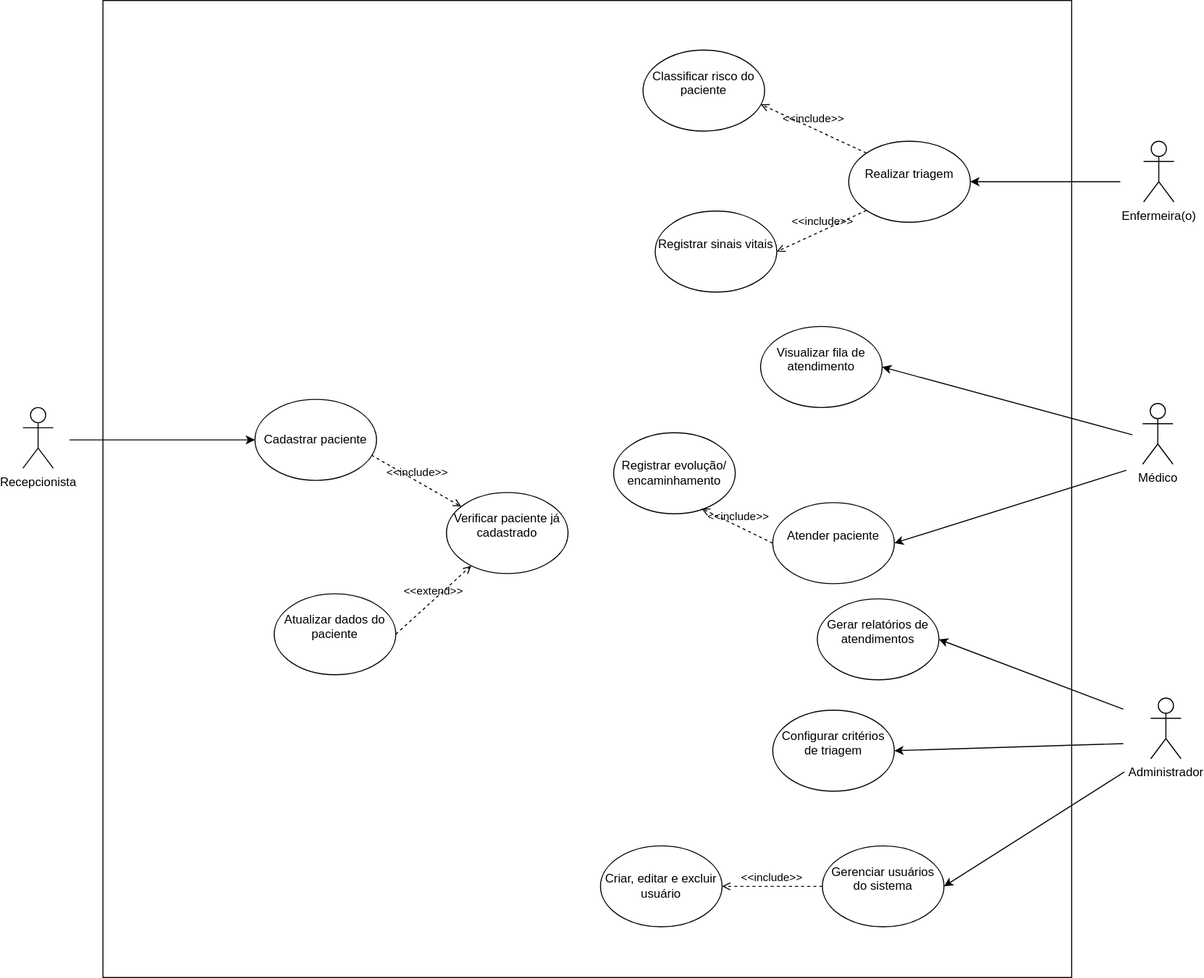
Before: diagramas/DiagramaCasodeUso.drawio.svg, a diagram exported from draw.io (Zidan-09/ProjetoInterdiciplinar_GdF). Source tidied: cells renumbered, new cells last; positions are measured from the earlier drawing's top-left corner, leaving out a move shared by most shapes. The source it was exported from:
```xml
<mxGraphModel>
  <root>
    <mxCell id="0" />
    <mxCell id="1" parent="0" />
    <mxCell id="2" style="rounded=0;whiteSpace=wrap;html=1;" parent="1" vertex="1">
      <mxGeometry x="79" width="956" height="965" as="geometry" />
    </mxCell>
    <mxCell id="3" value="Administrador" style="shape=umlActor;verticalLabelPosition=bottom;verticalAlign=top;html=1;" parent="1" vertex="1">
      <mxGeometry x="1113" y="689" width="30" height="60" as="geometry" />
    </mxCell>
    <mxCell id="4" value="Médico" style="shape=umlActor;verticalLabelPosition=bottom;verticalAlign=top;html=1;" parent="1" vertex="1">
      <mxGeometry x="1105" y="398" width="30" height="60" as="geometry" />
    </mxCell>
    <mxCell id="5" value="Recepcionista" style="shape=umlActor;verticalLabelPosition=bottom;verticalAlign=top;html=1;" parent="1" vertex="1">
      <mxGeometry y="402" width="30" height="60" as="geometry" />
    </mxCell>
    <mxCell id="6" value="Enfermeira(o)" style="shape=umlActor;verticalLabelPosition=bottom;verticalAlign=top;html=1;" parent="1" vertex="1">
      <mxGeometry x="1106" y="139" width="30" height="60" as="geometry" />
    </mxCell>
    <mxCell id="7" value="Cadastrar paciente" style="ellipse;whiteSpace=wrap;html=1;" parent="1" vertex="1">
      <mxGeometry x="229" y="394" width="120" height="80" as="geometry" />
    </mxCell>
    <mxCell id="8" value="&#10;Realizar triagem&#10;&#10;" style="ellipse;whiteSpace=wrap;html=1;" parent="1" vertex="1">
      <mxGeometry x="815" y="139" width="120" height="80" as="geometry" />
    </mxCell>
    <mxCell id="9" value="&#10;Atualizar dados do paciente&#10;&#10;" style="ellipse;whiteSpace=wrap;html=1;" parent="1" vertex="1">
      <mxGeometry x="248" y="586" width="120" height="80" as="geometry" />
    </mxCell>
    <mxCell id="10" value="&#10;Classificar risco do paciente&#10;&#10;" style="ellipse;whiteSpace=wrap;html=1;" parent="1" vertex="1">
      <mxGeometry x="612" y="49" width="120" height="80" as="geometry" />
    </mxCell>
    <mxCell id="11" value="&#10;Atender paciente&#10;&#10;" style="ellipse;whiteSpace=wrap;html=1;" parent="1" vertex="1">
      <mxGeometry x="740" y="496" width="120" height="80" as="geometry" />
    </mxCell>
    <mxCell id="12" value="&#10;Visualizar fila de atendimento&#10;&#10;" style="ellipse;whiteSpace=wrap;html=1;" parent="1" vertex="1">
      <mxGeometry x="728" y="322" width="120" height="80" as="geometry" />
    </mxCell>
    <mxCell id="13" value="&#10;Configurar critérios de triagem&#10;&#10;" style="ellipse;whiteSpace=wrap;html=1;" parent="1" vertex="1">
      <mxGeometry x="740" y="701" width="120" height="80" as="geometry" />
    </mxCell>
    <mxCell id="14" value="&#10;Gerar relatórios de atendimentos&#10;&#10;" style="ellipse;whiteSpace=wrap;html=1;" parent="1" vertex="1">
      <mxGeometry x="784" y="591" width="120" height="80" as="geometry" />
    </mxCell>
    <mxCell id="15" value="&lt;br&gt;Registrar evolução/&lt;br&gt;encaminhamento&lt;div&gt;&lt;br/&gt;&lt;/div&gt;" style="ellipse;whiteSpace=wrap;html=1;" parent="1" vertex="1">
      <mxGeometry x="583" y="427" width="120" height="80" as="geometry" />
    </mxCell>
    <mxCell id="16" value="&#10;Gerenciar usuários do sistema&#10;&#10;" style="ellipse;whiteSpace=wrap;html=1;" parent="1" vertex="1">
      <mxGeometry x="789" y="835" width="120" height="80" as="geometry" />
    </mxCell>
    <mxCell id="17" style="endArrow=classic;html=1;rounded=0;entryX=0;entryY=0.5;entryDx=0;entryDy=0;" parent="1" edge="1" target="7">
      <mxGeometry relative="1" as="geometry">
        <mxPoint x="46" y="434" as="sourcePoint" />
      </mxGeometry>
    </mxCell>
    <mxCell id="18" style="endArrow=classic;html=1;rounded=0;entryX=1;entryY=0.5;entryDx=0;entryDy=0;" parent="1" edge="1" target="8">
      <mxGeometry relative="1" as="geometry">
        <mxPoint x="1083" y="179" as="sourcePoint" />
      </mxGeometry>
    </mxCell>
    <mxCell id="19" style="endArrow=classic;html=1;rounded=0;entryX=1;entryY=0.5;entryDx=0;entryDy=0;" parent="1" edge="1" target="12">
      <mxGeometry relative="1" as="geometry">
        <mxPoint x="1095" y="429" as="sourcePoint" />
      </mxGeometry>
    </mxCell>
    <mxCell id="20" style="endArrow=classic;html=1;rounded=0;entryX=1;entryY=0.5;entryDx=0;entryDy=0;" parent="1" edge="1" target="11">
      <mxGeometry relative="1" as="geometry">
        <mxPoint x="1089" y="464" as="sourcePoint" />
      </mxGeometry>
    </mxCell>
    <mxCell id="21" style="endArrow=classic;html=1;rounded=0;entryX=1;entryY=0.5;entryDx=0;entryDy=0;" parent="1" edge="1" target="16">
      <mxGeometry relative="1" as="geometry">
        <mxPoint x="1087" y="762" as="sourcePoint" />
      </mxGeometry>
    </mxCell>
    <mxCell id="22" style="endArrow=classic;html=1;rounded=0;entryX=1;entryY=0.5;entryDx=0;entryDy=0;" parent="1" edge="1" target="13">
      <mxGeometry relative="1" as="geometry">
        <mxPoint x="1086" y="734" as="sourcePoint" />
      </mxGeometry>
    </mxCell>
    <mxCell id="23" style="endArrow=classic;html=1;rounded=0;entryX=1;entryY=0.5;entryDx=0;entryDy=0;" parent="1" edge="1" target="14">
      <mxGeometry relative="1" as="geometry">
        <mxPoint x="1086" y="700" as="sourcePoint" />
      </mxGeometry>
    </mxCell>
    <mxCell id="24" value="&amp;lt;&amp;lt;include&amp;gt;&amp;gt;" style="html=1;verticalAlign=bottom;labelBackgroundColor=none;endArrow=open;endFill=0;dashed=1;rounded=0;exitX=0;exitY=0;exitDx=0;exitDy=0;entryX=0.968;entryY=0.669;entryDx=0;entryDy=0;entryPerimeter=0;" parent="1" edge="1" source="8" target="10">
      <mxGeometry relative="1" as="geometry" />
    </mxCell>
    <mxCell id="25" value="&#10;Verificar paciente já cadastrado&#10;&#10;" style="ellipse;whiteSpace=wrap;html=1;" parent="1" vertex="1">
      <mxGeometry x="418" y="486" width="120" height="80" as="geometry" />
    </mxCell>
    <mxCell id="26" value="&amp;lt;&amp;lt;include&amp;gt;&amp;gt;" style="html=1;verticalAlign=bottom;labelBackgroundColor=none;endArrow=open;endFill=0;dashed=1;rounded=0;exitX=0.958;exitY=0.688;exitDx=0;exitDy=0;exitPerimeter=0;" parent="1" edge="1" source="7" target="25">
      <mxGeometry relative="1" as="geometry" />
    </mxCell>
    <mxCell id="27" value="&amp;lt;&amp;lt;extend&amp;gt;&amp;gt;" style="html=1;verticalAlign=bottom;labelBackgroundColor=none;endArrow=open;endFill=0;dashed=1;rounded=0;exitX=1;exitY=0.5;exitDx=0;exitDy=0;" parent="1" edge="1" source="9" target="25">
      <mxGeometry relative="1" as="geometry" />
    </mxCell>
    <mxCell id="28" value="&#10;Registrar sinais vitais&#10;&#10;" style="ellipse;whiteSpace=wrap;html=1;" parent="1" vertex="1">
      <mxGeometry x="624" y="208" width="120" height="80" as="geometry" />
    </mxCell>
    <mxCell id="29" value="&amp;lt;&amp;lt;include&amp;gt;&amp;gt;" style="html=1;verticalAlign=bottom;labelBackgroundColor=none;endArrow=open;endFill=0;dashed=1;rounded=0;entryX=1;entryY=0.5;entryDx=0;entryDy=0;exitX=0;exitY=1;exitDx=0;exitDy=0;" parent="1" edge="1" source="8" target="28">
      <mxGeometry relative="1" as="geometry" />
    </mxCell>
    <mxCell id="30" value="&amp;lt;&amp;lt;include&amp;gt;&amp;gt;" style="html=1;verticalAlign=bottom;labelBackgroundColor=none;endArrow=open;endFill=0;dashed=1;rounded=0;entryX=0.723;entryY=0.935;entryDx=0;entryDy=0;exitX=0;exitY=0.5;exitDx=0;exitDy=0;entryPerimeter=0;" parent="1" edge="1" source="11" target="15">
      <mxGeometry relative="1" as="geometry" />
    </mxCell>
    <mxCell id="31" value="Criar, editar e excluir usuário" style="ellipse;whiteSpace=wrap;html=1;" parent="1" vertex="1">
      <mxGeometry x="570" y="835" width="120" height="80" as="geometry" />
    </mxCell>
    <mxCell id="32" value="&amp;lt;&amp;lt;include&amp;gt;&amp;gt;" style="html=1;verticalAlign=bottom;labelBackgroundColor=none;endArrow=open;endFill=0;dashed=1;rounded=0;exitX=0;exitY=0.5;exitDx=0;exitDy=0;entryX=1;entryY=0.5;entryDx=0;entryDy=0;" parent="1" edge="1" source="16" target="31">
      <mxGeometry relative="1" as="geometry" />
    </mxCell>
  </root>
</mxGraphModel>
```
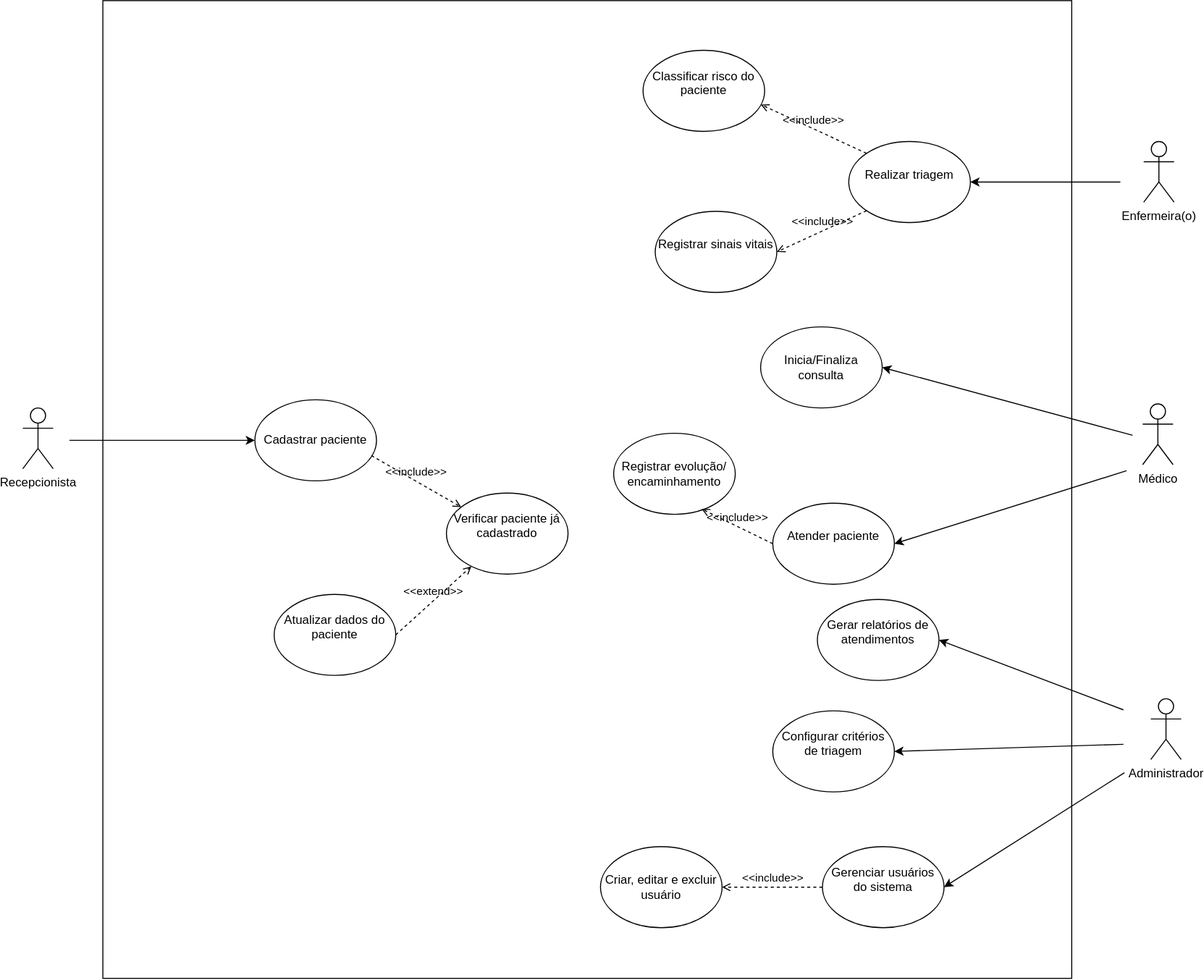
After the change.

What changed in the source:
```diff
@@ -32,7 +32,7 @@
     <mxCell id="11" value="&#10;Atender paciente&#10;&#10;" style="ellipse;whiteSpace=wrap;html=1;" parent="1" vertex="1">
       <mxGeometry x="740" y="496" width="120" height="80" as="geometry" />
     </mxCell>
-    <mxCell id="12" value="&#10;Visualizar fila de atendimento&#10;&#10;" style="ellipse;whiteSpace=wrap;html=1;" parent="1" vertex="1">
+    <mxCell id="12" value="Inicia/Finaliza consulta" style="ellipse;whiteSpace=wrap;html=1;" parent="1" vertex="1">
       <mxGeometry x="728" y="322" width="120" height="80" as="geometry" />
     </mxCell>
     <mxCell id="13" value="&#10;Configurar critérios de triagem&#10;&#10;" style="ellipse;whiteSpace=wrap;html=1;" parent="1" vertex="1">
```
